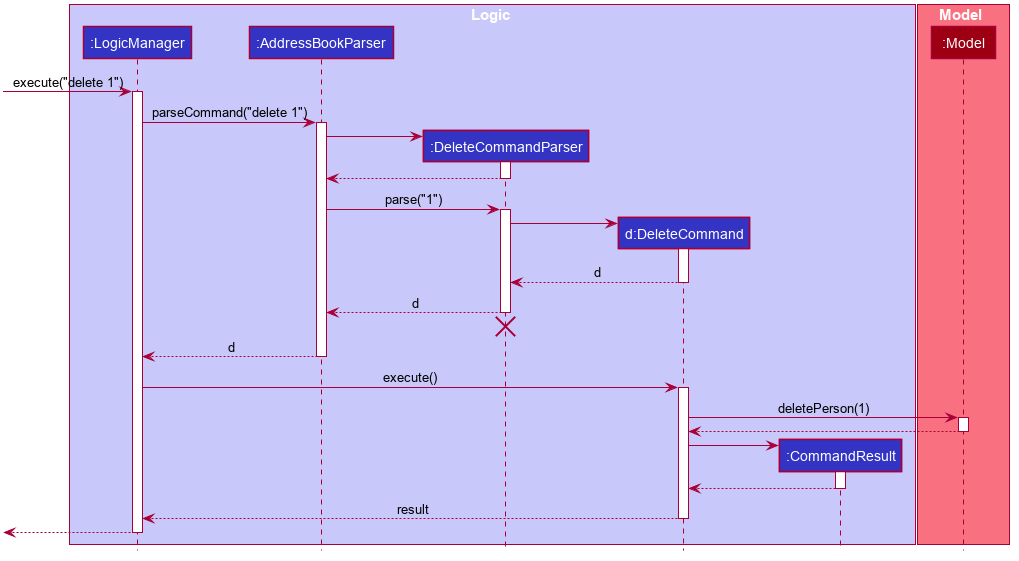
This is docs/images/DeleteSequenceDiagram.png from nus-cs2103-AY2223S2/tp, a PlantUML export, as it was before one commit.
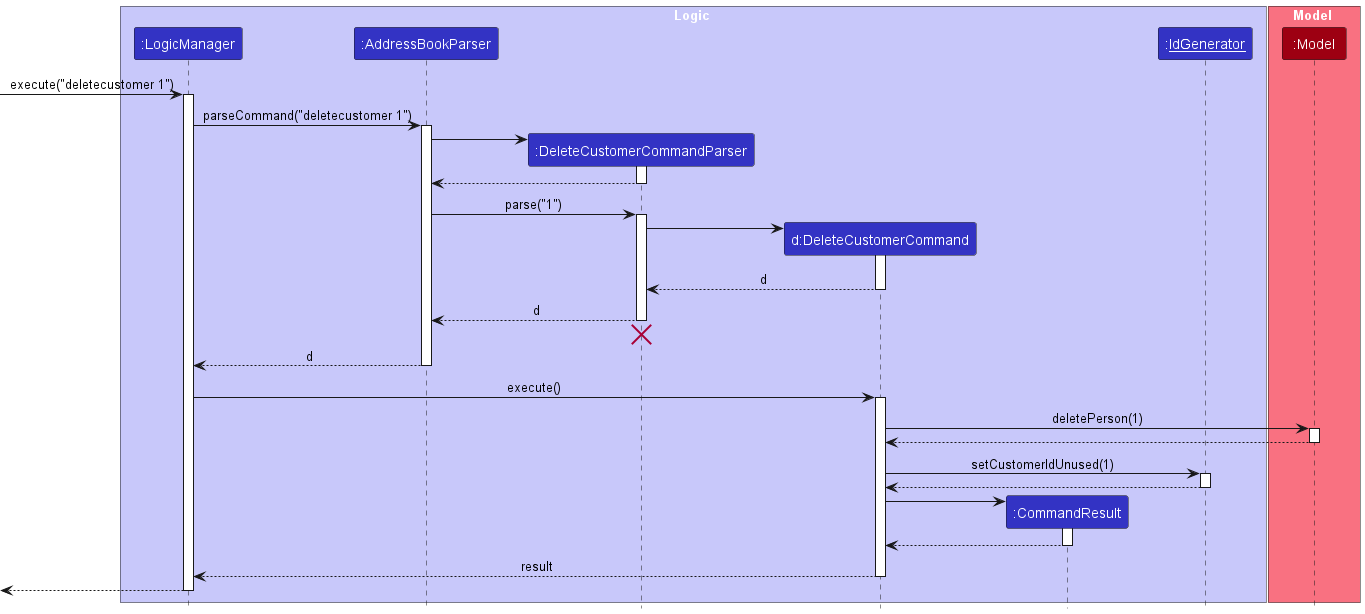
After the change.

What changed in the source:
```diff
@@ -1,114 +1,74 @@
 @startuml
+!include style.puml
 
-
-
-
-
-
-
-
-skinparam BackgroundColor #FFFFFFF
-
-skinparam Shadowing false
-
-skinparam Class {
-    FontColor #FFFFFF
-    BorderThickness 1
-    BorderColor #FFFFFF
-    StereotypeFontColor #FFFFFF
-    FontName Arial
-}
-
-skinparam Actor {
-    BorderColor #000000
-    Color #000000
-    FontName Arial
-}
-
-skinparam Sequence {
-    MessageAlign center
-    BoxFontSize 15
-    BoxPadding 0
-    BoxFontColor #FFFFFF
-    FontName Arial
-}
-
-skinparam Participant {
-    FontColor #FFFFFFF
-    Padding 20
-}
-
-skinparam MinClassWidth 50
-skinparam ParticipantPadding 10
-skinparam Shadowing false
-skinparam DefaultTextAlignment center
-skinparam packageStyle Rectangle
-
-hide footbox
-hide members
-hide circle
-
-box Logic #C8C8FA
-participant ":LogicManager" as LogicManager #3333C4
-participant ":AddressBookParser" as AddressBookParser #3333C4
-participant ":DeleteCommandParser" as DeleteCommandParser #3333C4
-participant "d:DeleteCommand" as DeleteCommand #3333C4
-participant ":CommandResult" as CommandResult #3333C4
+box Logic LOGIC_COLOR_T1
+participant ":LogicManager" as LogicManager LOGIC_COLOR
+participant ":AddressBookParser" as AddressBookParser LOGIC_COLOR
+participant ":DeleteCustomerCommandParser" as DeleteCustomerCommandParser LOGIC_COLOR
+participant "d:DeleteCustomerCommand" as DeleteCustomerCommand LOGIC_COLOR
+participant ":CommandResult" as CommandResult LOGIC_COLOR
+participant ":<u>IdGenerator" as IdGenerator LOGIC_COLOR
 end box
 
-box Model #F97181
-participant ":Model" as Model #9D0012
+box Model MODEL_COLOR_T1
+participant ":Model" as Model MODEL_COLOR
 end box
 
-[-> LogicManager : execute("delete 1")
+[-> LogicManager : execute("deletecustomer 1")
 activate LogicManager
 
-LogicManager -> AddressBookParser : parseCommand("delete 1")
+LogicManager -> AddressBookParser : parseCommand("deletecustomer 1")
 activate AddressBookParser
 
-create DeleteCommandParser
-AddressBookParser -> DeleteCommandParser
-activate DeleteCommandParser
+create DeleteCustomerCommandParser
+AddressBookParser -> DeleteCustomerCommandParser
+activate DeleteCustomerCommandParser
 
-DeleteCommandParser --> AddressBookParser
-deactivate DeleteCommandParser
+DeleteCustomerCommandParser --> AddressBookParser
+deactivate DeleteCustomerCommandParser
 
-AddressBookParser -> DeleteCommandParser : parse("1")
-activate DeleteCommandParser
+AddressBookParser -> DeleteCustomerCommandParser : parse("1")
+activate DeleteCustomerCommandParser
 
-create DeleteCommand
-DeleteCommandParser -> DeleteCommand
-activate DeleteCommand
+create DeleteCustomerCommand
+DeleteCustomerCommandParser -> DeleteCustomerCommand
+activate DeleteCustomerCommand
 
-DeleteCommand --> DeleteCommandParser : d
-deactivate DeleteCommand
+DeleteCustomerCommand --> DeleteCustomerCommandParser : d
+deactivate DeleteCustomerCommand
 
-DeleteCommandParser --> AddressBookParser : d
-deactivate DeleteCommandParser
-DeleteCommandParser -[hidden]-> AddressBookParser
-destroy DeleteCommandParser
+DeleteCustomerCommandParser --> AddressBookParser : d
+deactivate DeleteCustomerCommandParser
+DeleteCustomerCommandParser -[hidden]-> AddressBookParser
+destroy DeleteCustomerCommandParser
 
 AddressBookParser --> LogicManager : d
 deactivate AddressBookParser
 
-LogicManager -> DeleteCommand : execute()
-activate DeleteCommand
+LogicManager -> DeleteCustomerCommand : execute()
+activate DeleteCustomerCommand
 
-DeleteCommand -> Model : deletePerson(1)
+DeleteCustomerCommand -> Model : deletePerson(1)
 activate Model
 
-Model --> DeleteCommand
+Model --> DeleteCustomerCommand
 deactivate Model
 
+DeleteCustomerCommand -> IdGenerator : setCustomerIdUnused(1)
+activate IdGenerator
+DeleteCustomerCommand <-- IdGenerator
+
+deactivate IdGenerator
+
 create CommandResult
-DeleteCommand -> CommandResult
+DeleteCustomerCommand -> CommandResult
 activate CommandResult
 
-CommandResult --> DeleteCommand
+CommandResult --> DeleteCustomerCommand
 deactivate CommandResult
 
-DeleteCommand --> LogicManager : result
-deactivate DeleteCommand
+DeleteCustomerCommand --> LogicManager : result
+deactivate DeleteCustomerCommand
 
 [<--LogicManager
 deactivate LogicManager
```
